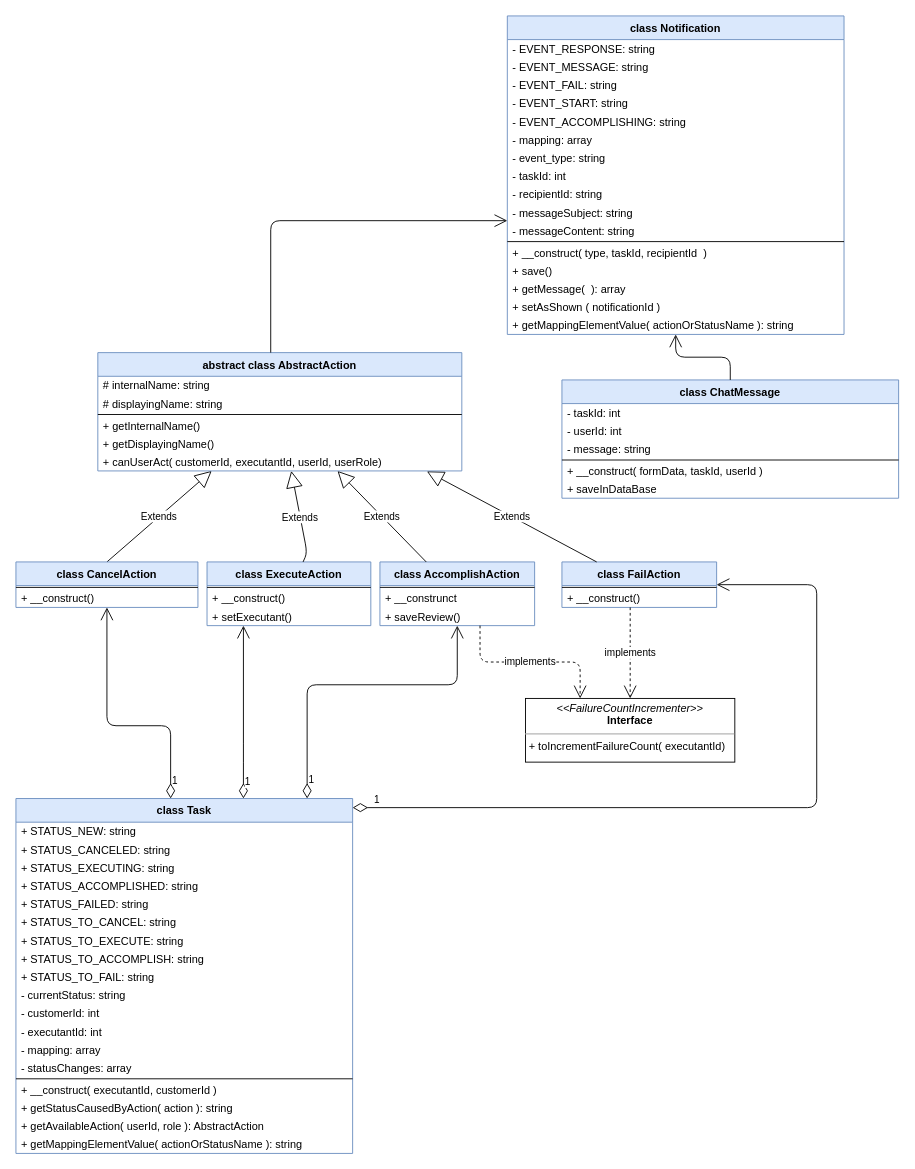
mikeserov/824017-task-force-1 keeps this draw.io diagram as page "classes schema" (2 of 2) of config/task-force-1-schema.drawio. Above is the earlier version. Source tidied: cells renumbered, new cells numbered last; positions are measured from the earlier drawing's top-left corner, leaving out a move shared by most shapes. Both pictures are drawn from the tidied source at 91%, with x=0, y=0 at pixel (15, 15).
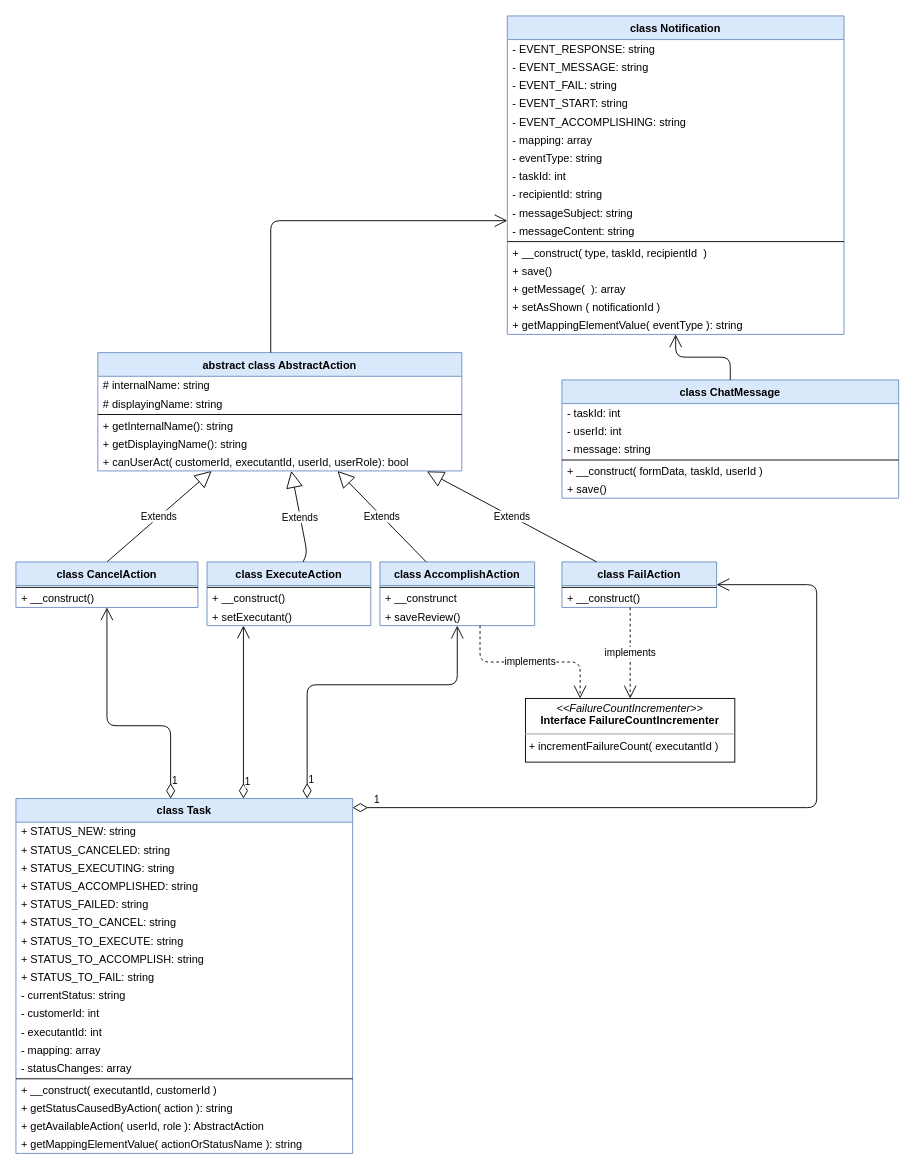
After the change.

The change refers to these unchanged cells:
```xml
<mxCell id="22" value="class Notification" style="swimlane;fontStyle=1;align=center;verticalAlign=top;horizontal=1;startSize=26;fillColor=#dae8fc;strokeColor=#6c8ebf;" parent="1" vertex="1">
  <mxGeometry x="540" width="370" height="350" as="geometry" />
</mxCell>
<mxCell id="54" value="class ChatMessage" style="swimlane;fontStyle=1;align=center;verticalAlign=top;horizontal=1;startSize=26;fillColor=#dae8fc;strokeColor=#6c8ebf;" parent="1" vertex="1">
  <mxGeometry x="600" y="400" width="370" height="130" as="geometry" />
</mxCell>
<mxCell id="65" value="abstract class AbstractAction" style="swimlane;fontStyle=1;align=center;verticalAlign=top;horizontal=1;startSize=26;fillColor=#dae8fc;strokeColor=#6c8ebf;" parent="1" vertex="1">
  <mxGeometry x="90" y="370" width="400" height="130" as="geometry" />
</mxCell>
```

The edit, as a diff of the source:
```diff
@@
-    <mxCell id="29" value="- event_type: string" style="text;strokeColor=none;fillColor=none;align=left;verticalAlign=middle;spacingLeft=4;spacingRight=4;overflow=hidden;" parent="22" vertex="1">
+    <mxCell id="29" value="- eventType: string" style="text;strokeColor=none;fillColor=none;align=left;verticalAlign=middle;spacingLeft=4;spacingRight=4;overflow=hidden;" parent="22" vertex="1">
       <mxGeometry y="146" width="370" height="20" as="geometry" />
     </mxCell>
@@
-    <mxCell id="39" value="+ getMappingElementValue( actionOrStatusName ): string" style="text;strokeColor=none;fillColor=none;align=left;verticalAlign=middle;spacingLeft=4;spacingRight=4;overflow=hidden;" parent="22" vertex="1">
+    <mxCell id="39" value="+ getMappingElementValue( eventType ): string" style="text;strokeColor=none;fillColor=none;align=left;verticalAlign=middle;spacingLeft=4;spacingRight=4;overflow=hidden;" parent="22" vertex="1">
       <mxGeometry y="330" width="370" height="20" as="geometry" />
     </mxCell>
@@
-    <mxCell id="60" value="+ saveInDataBase" style="text;strokeColor=none;fillColor=none;align=left;verticalAlign=middle;spacingLeft=4;spacingRight=4;overflow=hidden;" parent="54" vertex="1">
+    <mxCell id="60" value="+ save()" style="text;strokeColor=none;fillColor=none;align=left;verticalAlign=middle;spacingLeft=4;spacingRight=4;overflow=hidden;" parent="54" vertex="1">
       <mxGeometry y="110" width="370" height="20" as="geometry" />
     </mxCell>
@@
-    <mxCell id="69" value="+ getInternalName()" style="text;strokeColor=none;fillColor=none;align=left;verticalAlign=middle;spacingLeft=4;spacingRight=4;overflow=hidden;" parent="65" vertex="1">
+    <mxCell id="69" value="+ getInternalName(): string" style="text;strokeColor=none;fillColor=none;align=left;verticalAlign=middle;spacingLeft=4;spacingRight=4;overflow=hidden;" parent="65" vertex="1">
       <mxGeometry y="70" width="400" height="20" as="geometry" />
     </mxCell>
-    <mxCell id="70" value="+ getDisplayingName()" style="text;strokeColor=none;fillColor=none;align=left;verticalAlign=middle;spacingLeft=4;spacingRight=4;overflow=hidden;" parent="65" vertex="1">
+    <mxCell id="70" value="+ getDisplayingName(): string" style="text;strokeColor=none;fillColor=none;align=left;verticalAlign=middle;spacingLeft=4;spacingRight=4;overflow=hidden;" parent="65" vertex="1">
       <mxGeometry y="90" width="400" height="20" as="geometry" />
     </mxCell>
-    <mxCell id="71" value="+ canUserAct( customerId, executantId, userId, userRole)" style="text;strokeColor=none;fillColor=none;align=left;verticalAlign=middle;spacingLeft=4;spacingRight=4;overflow=hidden;points=[[0,0.5],[1,0.5]];portConstraint=eastwest;" parent="65" vertex="1">
+    <mxCell id="71" value="+ canUserAct( customerId, executantId, userId, userRole): bool" style="text;strokeColor=none;fillColor=none;align=left;verticalAlign=middle;spacingLeft=4;spacingRight=4;overflow=hidden;points=[[0,0.5],[1,0.5]];portConstraint=eastwest;" parent="65" vertex="1">
       <mxGeometry y="110" width="400" height="20" as="geometry" />
     </mxCell>
@@
-    <mxCell id="76" value="&lt;p style=&quot;margin: 0px ; margin-top: 4px ; text-align: center&quot;&gt;&lt;i&gt;&amp;lt;&amp;lt;FailureCountIncrementer&amp;gt;&amp;gt;&lt;/i&gt;&lt;br&gt;&lt;b&gt;Interface&lt;/b&gt;&lt;/p&gt;&lt;hr size=&quot;1&quot;&gt;&lt;p style=&quot;margin: 0px ; margin-left: 4px&quot;&gt;+ toIncrementFailureCount( executantId)&lt;/p&gt;" style="verticalAlign=top;align=left;overflow=fill;fontSize=12;fontFamily=Helvetica;html=1;strokeColor=#000000;" parent="1" vertex="1">
+    <mxCell id="76" value="&lt;p style=&quot;margin: 0px ; margin-top: 4px ; text-align: center&quot;&gt;&lt;i&gt;&amp;lt;&amp;lt;FailureCountIncrementer&amp;gt;&amp;gt;&lt;/i&gt;&lt;br&gt;&lt;b&gt;Interface FailureCountIncrementer&lt;/b&gt;&lt;/p&gt;&lt;hr size=&quot;1&quot;&gt;&lt;p style=&quot;margin: 0px ; margin-left: 4px&quot;&gt;+ incrementFailureCount( executantId )&lt;/p&gt;" style="verticalAlign=top;align=left;overflow=fill;fontSize=12;fontFamily=Helvetica;html=1;strokeColor=#000000;" parent="1" vertex="1">
       <mxGeometry x="560" y="750" width="230" height="70" as="geometry" />
     </mxCell>
```
